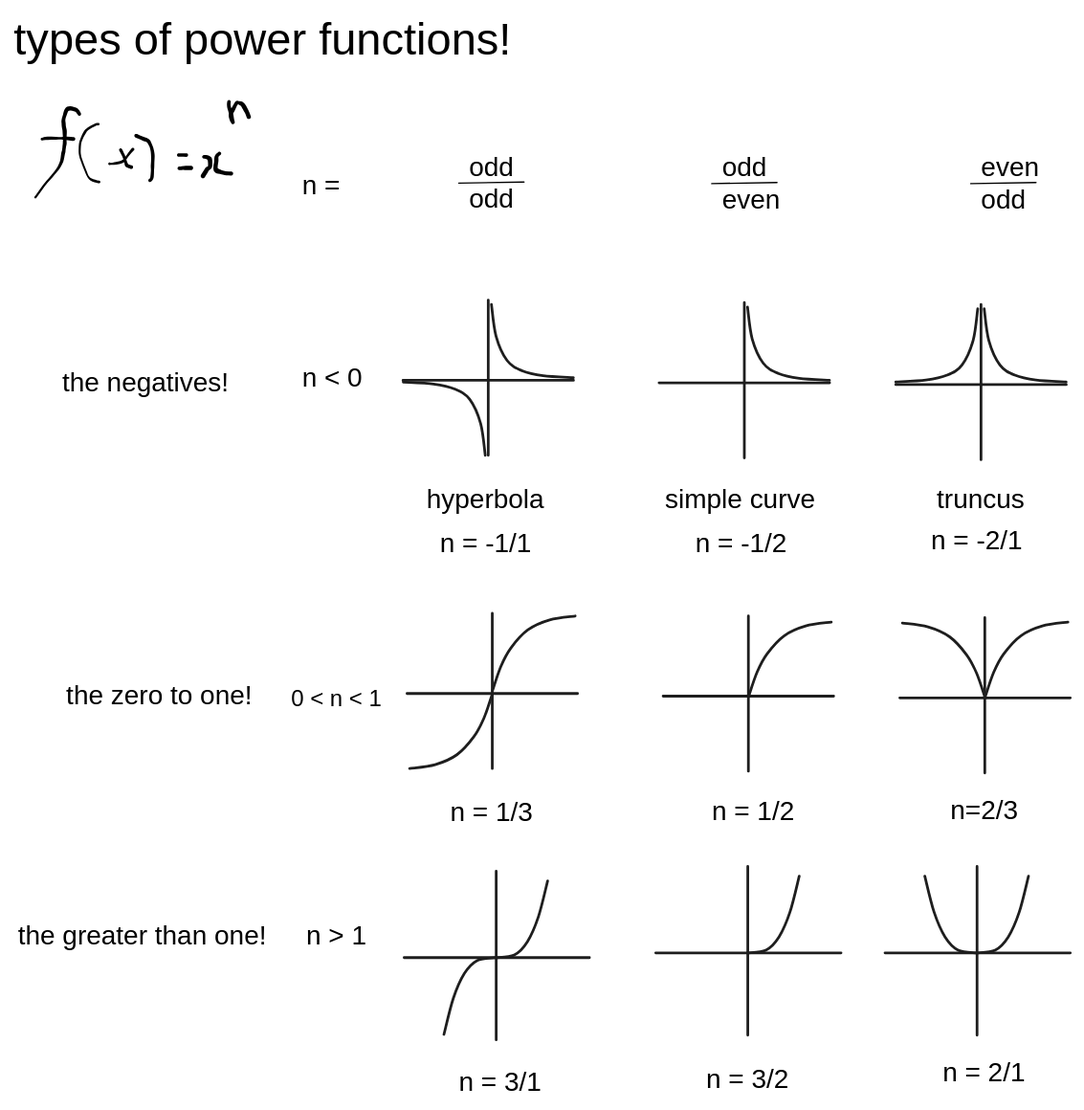
starlitriver/starlitriver.github.io keeps this Excalidraw diagram as content/assets/guide to graphing and sketching various stuff 2024-12-16 18.41.59.excalidraw.svg. Above is the earlier version. Source tidied: one line per element, renumbered; positions are measured from the earlier drawing's top-left corner, leaving out a move shared by most shapes.
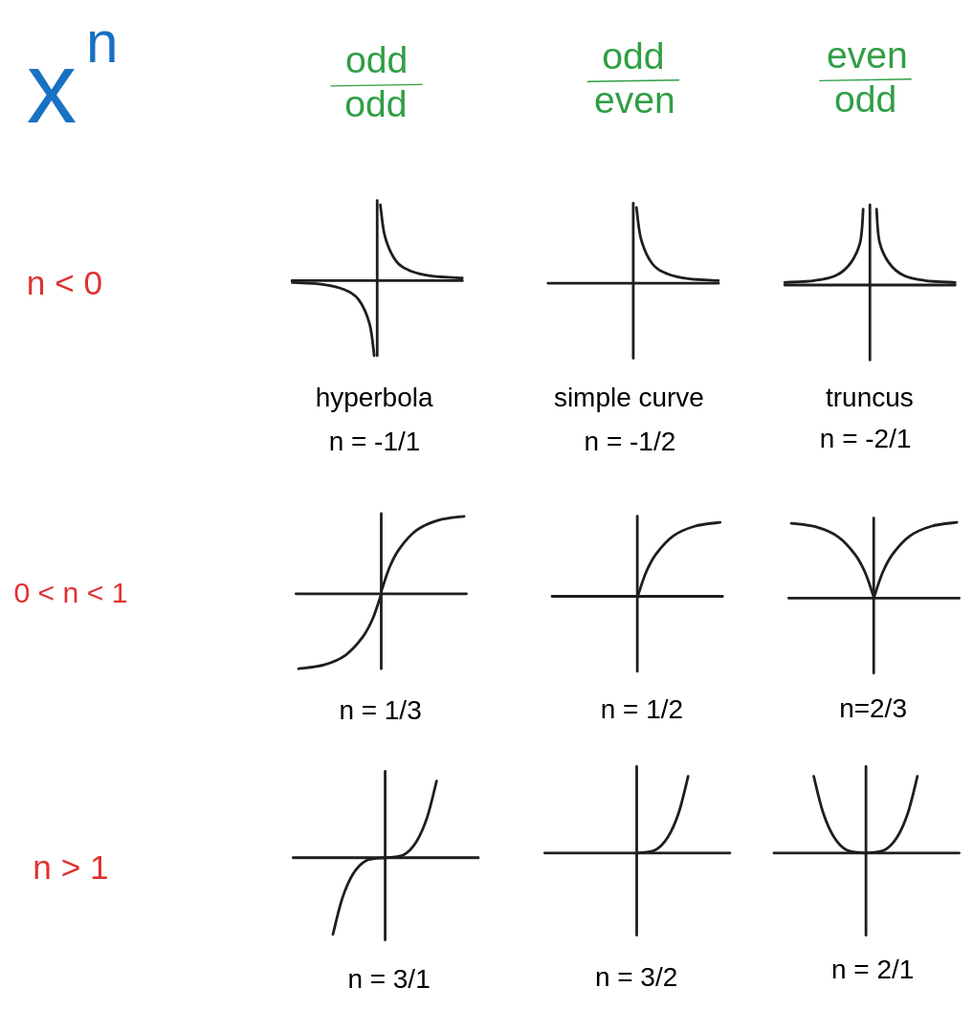
Above is the later version.

The edit, as a diff of the source:
```diff
@@ -2,44 +2,28 @@
 {"id": 1, "type": "line", "strokeColor": "#1e1e1e", "strokeWidth": 2, "roughness": 0, "round": true, "x": 291, "y": 275, "width": 61, "height": 55, "points": [[0, 0], [23, 1], [38, 5], [50, 13], [58, 31], [61, 55]]}
 {"id": 2, "type": "line", "strokeColor": "#1e1e1e", "strokeWidth": 2, "roughness": 0, "round": true, "x": 418, "y": 272, "width": 61, "height": 55, "points": [[0, 0], [-23, -1], [-38, -5], [-50, -13], [-58, -31], [-61, -55]]}
 {"id": 3, "type": "line", "strokeColor": "#1e1e1e", "strokeWidth": 2, "roughness": 0, "round": true, "x": 354, "y": 214, "width": 0, "height": 116, "points": [[0, 0], [0, 116]]}
-{"id": 4, "type": "text", "text": "types of power functions!", "strokeColor": "#000000", "strokeWidth": 1, "roughness": 0, "fontSize": 33.6, "fontFamily": 2, "x": 0, "y": 0, "width": 372, "height": 39}
-{"id": 5, "type": "freedraw", "strokeColor": "#000000", "strokeWidth": 0.5, "roughness": 0, "x": 21, "y": 94, "width": 23, "height": 1, "points": [[0, 0], [1, 0], [1, 0], [1, 0], [3, -1], [3, -1], [4, -1], [6, -1], [12, -1], [13, -1], [16, -1], [16, -1], [16, -1], [17, -1], [17, -1], [17, -1], [18, -1], [18, -1], [18, -1], [19, 0], [20, 0], [21, 0], [22, 0], [22, 0], [23, 0], [23, 0], [23, 0], [23, 0]]}
-{"id": 6, "type": "freedraw", "strokeColor": "#000000", "strokeWidth": 0.5, "roughness": 0, "x": 49, "y": 75, "width": 33, "height": 67, "points": [[0, 0], [0, -1], [-1, -2], [-2, -3], [-2, -3], [-3, -3], [-4, -4], [-5, -4], [-6, -4], [-7, -4], [-9, -4], [-9, -4], [-11, 2], [-12, 3], [-12, 4], [-12, 6], [-12, 7], [-12, 8], [-11, 10], [-11, 11], [-11, 12], [-11, 14], [-11, 19], [-11, 21], [-11, 21], [-11, 23], [-12, 27], [-12, 28], [-12, 29], [-13, 32], [-13, 38], [-17, 42], [-24, 50], [-33, 62], [-33, 63]]}
-{"id": 7, "type": "freedraw", "strokeColor": "#000000", "strokeWidth": 0.5, "roughness": 0, "x": 63, "y": 83, "width": 15, "height": 43, "points": [[0, 0], [-1, 0], [-2, 0], [-3, 0], [-7, 3], [-7, 3], [-10, 5], [-10, 5], [-10, 7], [-13, 10], [-14, 15], [-14, 16], [-14, 23], [-14, 24], [-13, 27], [-12, 30], [-9, 36], [-8, 39], [-7, 40], [-6, 42], [-6, 42], [-5, 42], [-5, 42], [-1, 43], [0, 43], [1, 43], [1, 43]]}
-{"id": 8, "type": "freedraw", "strokeColor": "#000000", "strokeWidth": 0.5, "roughness": 0, "x": 80, "y": 102, "width": 8, "height": 13, "points": [[0, 0], [0, 1], [1, 2], [1, 2], [2, 4], [3, 5], [4, 9], [4, 10], [4, 10], [4, 10], [4, 10], [4, 11], [4, 11], [4, 11], [5, 12], [5, 12], [5, 12], [6, 12], [6, 12], [6, 12], [7, 12], [7, 13], [7, 13], [7, 13], [8, 13], [8, 13]]}
-{"id": 9, "type": "freedraw", "strokeColor": "#000000", "strokeWidth": 0.5, "roughness": 0, "x": 89, "y": 101, "width": 17, "height": 11, "points": [[0, 0], [0, 0], [-1, 1], [-2, 3], [-4, 4], [-6, 7], [-6, 8], [-7, 9], [-7, 9], [-7, 9], [-7, 9], [-7, 9], [-8, 9], [-12, 11], [-13, 11], [-15, 11], [-16, 11], [-16, 11], [-17, 11], [-17, 11], [-17, 11], [-17, 11], [-17, 11], [-17, 11]]}
-{"id": 10, "type": "freedraw", "strokeColor": "#000000", "strokeWidth": 0.5, "roughness": 0, "x": 102, "y": 125, "width": 13, "height": 33, "points": [[0, 0], [0, 0], [1, 0], [1, 0], [1, 0], [2, -1], [2, -2], [2, -4], [2, -4], [2, -9], [2, -9], [2, -9], [2, -10], [2, -10], [2, -12], [2, -12], [2, -15], [2, -16], [2, -17], [2, -18], [2, -19], [2, -20], [2, -20], [2, -23], [1, -24], [1, -26], [0, -27], [0, -28], [0, -28], [-1, -29], [-1, -29], [-1, -29], [-1, -30], [-1, -30], [-2, -30], [-2, -30], [-3, -30], [-3, -30], [-4, -31], [-4, -31], [-9, -32], [-9, -33], [-10, -33], [-10, -33], [-10, -33], [-10, -33]]}
-{"id": 11, "type": "freedraw", "strokeColor": "#000000", "strokeWidth": 0.5, "roughness": 0, "x": 123, "y": 106, "width": 6, "height": 0, "points": [[0, 0], [0, 0], [1, 0], [2, 0], [3, 0], [3, 0], [3, 0], [4, 0], [4, 0], [4, 0], [5, 0], [5, 0], [5, 0], [6, 0], [6, 0]]}
-{"id": 12, "type": "freedraw", "strokeColor": "#000000", "strokeWidth": 0.5, "roughness": 0, "x": 124, "y": 116, "width": 9, "height": 0, "points": [[0, 0], [1, 0], [1, 0], [1, 0], [2, 0], [2, 0], [3, 0], [3, 0], [3, 0], [4, 0], [5, 0], [5, 0], [5, 0], [6, 0], [6, 0], [6, 0], [7, 0], [7, 0], [7, 0], [8, 0], [8, 0], [9, 0], [9, 0], [9, 0]]}
-{"id": 13, "type": "freedraw", "strokeColor": "#000000", "strokeWidth": 0.5, "roughness": 0, "x": 142, "y": 107, "width": 6, "height": 15, "points": [[0, 0], [0, 0], [1, 0], [1, 0], [1, 0], [1, 0], [2, 0], [2, 0], [3, 0], [3, 1], [3, 1], [4, 1], [4, 1], [4, 1], [4, 1], [4, 2], [5, 2], [5, 2], [5, 4], [5, 5], [5, 6], [5, 7], [4, 8], [4, 8], [4, 8], [4, 8], [3, 8], [3, 9], [3, 9], [2, 9], [2, 9], [2, 10], [2, 10], [2, 10], [1, 12], [-1, 15], [-1, 15], [-1, 15]]}
-{"id": 14, "type": "freedraw", "strokeColor": "#000000", "strokeWidth": 0.5, "roughness": 0, "x": 154, "y": 105, "width": 12, "height": 15, "points": [[0, 0], [-1, 0], [-1, 1], [-2, 2], [-2, 2], [-2, 3], [-2, 3], [-2, 4], [-2, 5], [-3, 8], [-3, 9], [-3, 11], [-3, 12], [-3, 12], [-2, 13], [-2, 13], [0, 13], [4, 15], [5, 15], [6, 15], [7, 15], [8, 15], [8, 15], [9, 15]]}
-{"id": 15, "type": "freedraw", "strokeColor": "#000000", "strokeWidth": 0.5, "roughness": 0, "x": 161, "y": 66, "width": 15, "height": 16, "points": [[0, 0], [0, 1], [0, 3], [1, 7], [1, 9], [2, 10], [3, 15], [2, 15], [2, 13], [1, 11], [1, 11], [1, 10], [1, 9], [3, 5], [6, 1], [6, 1], [7, 1], [8, 1], [9, 1], [10, 2], [11, 3], [12, 4], [13, 7], [14, 9], [15, 11], [15, 11]]}
-{"id": 16, "type": "text", "text": "n < 0", "strokeColor": "#000000", "strokeWidth": 0.5, "roughness": 0, "fontSize": 20, "fontFamily": 2, "x": 215, "y": 260, "width": 45, "height": 23}
+{"id": 16, "type": "text", "text": "n < 0", "strokeColor": "#e03131", "strokeWidth": 0.5, "roughness": 0, "fontSize": 25.18, "fontFamily": 2, "x": 93, "y": 263, "width": 57, "height": 29}
-{"id": 17, "type": "text", "text": "odd", "strokeColor": "#000000", "strokeWidth": 0.5, "roughness": 0, "fontSize": 20, "fontFamily": 2, "x": 340, "y": 103, "width": 33, "height": 23}
+{"id": 17, "type": "text", "text": "odd", "strokeColor": "#2f9e44", "strokeWidth": 0.5, "roughness": 0, "fontSize": 27.95, "fontFamily": 2, "x": 331, "y": 95, "width": 47, "height": 32}
-{"id": 18, "type": "line", "strokeColor": "#000000", "strokeWidth": 1, "roughness": 0, "x": 332, "y": 127, "width": 49, "height": 1, "points": [[0, 0], [49, -1]]}
+{"id": 18, "type": "line", "strokeColor": "#2f9e44", "strokeWidth": 1, "roughness": 0, "x": 320, "y": 128, "width": 68, "height": 1, "points": [[0, 0], [68, -1]]}
-{"id": 19, "type": "text", "text": "odd", "strokeColor": "#000000", "strokeWidth": 0.5, "roughness": 0, "fontSize": 20, "fontFamily": 2, "x": 340, "y": 127, "width": 33, "height": 23}
+{"id": 19, "type": "text", "text": "odd", "strokeColor": "#2f9e44", "strokeWidth": 0.5, "roughness": 0, "fontSize": 27.95, "fontFamily": 2, "x": 330, "y": 128, "width": 47, "height": 32}
-{"id": 20, "type": "text", "text": "odd", "strokeColor": "#000000", "strokeWidth": 0.5, "roughness": 0, "fontSize": 20, "fontFamily": 2, "x": 529, "y": 103, "width": 33, "height": 23}
+{"id": 20, "type": "text", "text": "odd", "strokeColor": "#2f9e44", "strokeWidth": 0.5, "roughness": 0, "fontSize": 27.95, "fontFamily": 2, "x": 522, "y": 92, "width": 47, "height": 32}
-{"id": 21, "type": "line", "strokeColor": "#000000", "strokeWidth": 1, "roughness": 0, "x": 521, "y": 127, "width": 49, "height": 1, "points": [[0, 0], [49, -1]]}
+{"id": 21, "type": "line", "strokeColor": "#2f9e44", "strokeWidth": 1, "roughness": 0, "x": 512, "y": 125, "width": 68, "height": 1, "points": [[0, 0], [68, -1]]}
-{"id": 22, "type": "text", "text": "even", "strokeColor": "#000000", "strokeWidth": 0.5, "roughness": 0, "fontSize": 20, "fontFamily": 2, "x": 529, "y": 127, "width": 43, "height": 23}
+{"id": 22, "type": "text", "text": "even", "strokeColor": "#2f9e44", "strokeWidth": 0.5, "roughness": 0, "fontSize": 27.95, "fontFamily": 2, "x": 516, "y": 125, "width": 61, "height": 32}
-{"id": 23, "type": "text", "text": "even", "strokeColor": "#000000", "strokeWidth": 0.5, "roughness": 0, "fontSize": 20, "fontFamily": 2, "x": 722, "y": 103, "width": 43, "height": 23}
+{"id": 23, "type": "text", "text": "even", "strokeColor": "#2f9e44", "strokeWidth": 0.5, "roughness": 0, "fontSize": 27.95, "fontFamily": 2, "x": 690, "y": 91, "width": 61, "height": 32}
-{"id": 24, "type": "line", "strokeColor": "#000000", "strokeWidth": 1, "roughness": 0, "x": 715, "y": 127, "width": 49, "height": 1, "points": [[0, 0], [49, -1]]}
+{"id": 24, "type": "line", "strokeColor": "#2f9e44", "strokeWidth": 1, "roughness": 0, "x": 685, "y": 125, "width": 68, "height": 1, "points": [[0, 0], [68, -1]]}
-{"id": 25, "type": "text", "text": "odd", "strokeColor": "#000000", "strokeWidth": 0.5, "roughness": 0, "fontSize": 20, "fontFamily": 2, "x": 722, "y": 127, "width": 33, "height": 23}
+{"id": 25, "type": "text", "text": "odd", "strokeColor": "#2f9e44", "strokeWidth": 0.5, "roughness": 0, "fontSize": 27.95, "fontFamily": 2, "x": 696, "y": 125, "width": 47, "height": 32}
-{"id": 26, "type": "text", "text": "the negatives!", "strokeColor": "#000000", "strokeWidth": 1, "roughness": 0, "fontSize": 20, "fontFamily": 2, "x": 36, "y": 264, "width": 125, "height": 23}
-{"id": 27, "type": "text", "text": "hyperbola", "strokeColor": "#000000", "strokeWidth": 1, "roughness": 0, "fontSize": 20, "fontFamily": 2, "x": 308, "y": 351, "width": 88, "height": 23}
+{"id": 27, "type": "text", "text": "hyperbola", "strokeColor": "#000000", "strokeWidth": 1, "roughness": 0, "fontSize": 20, "fontFamily": 2, "x": 308, "y": 351, "width": 89, "height": 23}
 {"id": 28, "type": "line", "strokeColor": "#1e1e1e", "strokeWidth": 2, "roughness": 0, "round": true, "x": 482, "y": 276, "width": 127, "height": 0, "points": [[0, 0], [127, 0]]}
 {"id": 29, "type": "line", "strokeColor": "#1e1e1e", "strokeWidth": 2, "roughness": 0, "round": true, "x": 609, "y": 274, "width": 61, "height": 55, "points": [[0, 0], [-23, -1], [-38, -5], [-50, -13], [-58, -31], [-61, -55]]}
 {"id": 30, "type": "line", "strokeColor": "#1e1e1e", "strokeWidth": 2, "roughness": 0, "round": true, "x": 546, "y": 216, "width": 0, "height": 116, "points": [[0, 0], [0, 116]]}
 {"id": 31, "type": "line", "strokeColor": "#1e1e1e", "strokeWidth": 2, "roughness": 0, "round": true, "x": 659, "y": 277, "width": 127, "height": 0, "points": [[0, 0], [127, 0]]}
-{"id": 32, "type": "line", "strokeColor": "#1e1e1e", "strokeWidth": 2, "roughness": 0, "round": true, "x": 659, "y": 275, "width": 61, "height": 55, "points": [[0, 0], [23, -1], [38, -5], [50, -13], [58, -31], [61, -55]]}
-{"id": 33, "type": "line", "strokeColor": "#1e1e1e", "strokeWidth": 2, "roughness": 0, "round": true, "x": 786, "y": 275, "width": 61, "height": 55, "points": [[0, 0], [-23, -1], [-38, -5], [-50, -13], [-58, -31], [-61, -55]]}
+{"id": 33, "type": "line", "strokeColor": "#1e1e1e", "strokeWidth": 2, "roughness": 0, "round": true, "x": 786, "y": 275, "width": 59, "height": 55, "points": [[0, 0], [-23, -1], [-38, -5], [-49, -15], [-57, -31], [-59, -55]]}
 {"id": 34, "type": "line", "strokeColor": "#1e1e1e", "strokeWidth": 2, "roughness": 0, "round": true, "x": 722, "y": 217, "width": 0, "height": 116, "points": [[0, 0], [0, 116]]}
 {"id": 35, "type": "text", "text": "truncus", "strokeColor": "#000000", "strokeWidth": 1, "roughness": 0, "fontSize": 20, "fontFamily": 2, "x": 689, "y": 351, "width": 66, "height": 23}
 {"id": 36, "type": "text", "text": "simple curve", "strokeColor": "#000000", "strokeWidth": 1, "roughness": 0, "fontSize": 20, "fontFamily": 2, "x": 486, "y": 351, "width": 112, "height": 23}
-{"id": 37, "type": "text", "text": "n =", "strokeColor": "#000000", "strokeWidth": 0.5, "roughness": 0, "fontSize": 20, "fontFamily": 2, "x": 215, "y": 117, "width": 28, "height": 23}
 {"id": 38, "type": "line", "strokeColor": "#1e1e1e", "strokeWidth": 2, "roughness": 0, "round": true, "x": 294, "y": 508, "width": 127, "height": 0, "points": [[0, 0], [127, 0]]}
 {"id": 39, "type": "line", "strokeColor": "#1e1e1e", "strokeWidth": 2, "roughness": 0, "round": true, "x": 357, "y": 448, "width": 0, "height": 116, "points": [[0, 0], [0, 116]]}
-{"id": 40, "type": "text", "text": "0 < n < 1", "strokeColor": "#000000", "strokeWidth": 0.5, "roughness": 0, "fontSize": 17.14, "fontFamily": 2, "x": 207, "y": 501, "width": 68, "height": 20}
+{"id": 40, "type": "text", "text": "0 < n < 1", "strokeColor": "#e03131", "strokeWidth": 0.5, "roughness": 0, "fontSize": 21.58, "fontFamily": 2, "x": 83, "y": 496, "width": 85, "height": 25}
-{"id": 41, "type": "text", "text": "the zero to one!", "strokeColor": "#000000", "strokeWidth": 1, "roughness": 0, "fontSize": 20, "fontFamily": 2, "x": 39, "y": 498, "width": 139, "height": 23}
 {"id": 42, "type": "line", "strokeColor": "#1e1e1e", "strokeWidth": 2, "roughness": 0, "round": true, "x": 485, "y": 510, "width": 127, "height": 0, "points": [[0, 0], [127, 0]]}
 {"id": 43, "type": "line", "strokeColor": "#1e1e1e", "strokeWidth": 2, "roughness": 0, "round": true, "x": 549, "y": 450, "width": 0, "height": 116, "points": [[0, 0], [0, 116]]}
 {"id": 44, "type": "line", "strokeColor": "#1e1e1e", "strokeWidth": 2, "roughness": 0, "round": true, "x": 662, "y": 511, "width": 127, "height": 0, "points": [[0, 0], [127, 0]]}
@@ -51,8 +35,7 @@
 {"id": 50, "type": "line", "strokeColor": "#1e1e1e", "strokeWidth": 2, "roughness": 0, "round": true, "x": 611, "y": 455, "width": 62, "height": 56, "points": [[0, 0], [-19, 3], [-35, 10], [-48, 24], [-55, 37], [-62, 56]]}
 {"id": 51, "type": "line", "strokeColor": "#1e1e1e", "strokeWidth": 2, "roughness": 0, "round": true, "x": 787, "y": 455, "width": 62, "height": 56, "points": [[0, 0], [-19, 3], [-35, 10], [-48, 24], [-55, 37], [-62, 56]]}
 {"id": 52, "type": "line", "strokeColor": "#1e1e1e", "strokeWidth": 2, "roughness": 0, "round": true, "x": 664, "y": 455, "width": 62, "height": 56, "points": [[0, 0], [19, 3], [35, 10], [48, 24], [55, 37], [62, 56]]}
-{"id": 53, "type": "text", "text": "the greater than one!", "strokeColor": "#000000", "strokeWidth": 1, "roughness": 0, "fontSize": 20, "fontFamily": 2, "x": 3, "y": 677, "width": 186, "height": 23}
-{"id": 54, "type": "text", "text": "n > 1", "strokeColor": "#000000", "strokeWidth": 0.5, "roughness": 0, "fontSize": 20, "fontFamily": 2, "x": 218, "y": 677, "width": 45, "height": 23}
+{"id": 54, "type": "text", "text": "n > 1", "strokeColor": "#e03131", "strokeWidth": 0.5, "roughness": 0, "fontSize": 25.18, "fontFamily": 2, "x": 97, "y": 700, "width": 57, "height": 29}
 {"id": 55, "type": "line", "strokeColor": "#1e1e1e", "strokeWidth": 2, "roughness": 0, "round": true, "x": 360, "y": 641, "width": 0, "height": 126, "points": [[0, 0], [0, 126]]}
 {"id": 56, "type": "line", "strokeColor": "#1e1e1e", "strokeWidth": 2, "roughness": 0, "round": true, "x": 292, "y": 705, "width": 138, "height": 0, "points": [[0, 0], [138, 0]]}
 {"id": 57, "type": "line", "strokeColor": "#1e1e1e", "strokeWidth": 2, "roughness": 0, "round": true, "x": 321, "y": 762, "width": 39, "height": 57, "points": [[0, 0], [7, -27], [15, -45], [25, -55], [39, -57]]}
@@ -68,6 +51,9 @@
 {"id": 67, "type": "text", "text": "n = 2/1", "strokeColor": "#000000", "strokeWidth": 1, "roughness": 0, "fontSize": 20, "fontFamily": 2, "x": 694, "y": 779, "width": 62, "height": 23}
 {"id": 68, "type": "text", "text": "n = 3/2", "strokeColor": "#000000", "strokeWidth": 1, "roughness": 0, "fontSize": 20, "fontFamily": 2, "x": 517, "y": 784, "width": 62, "height": 23}
 {"id": 69, "type": "text", "text": "n = -1/1", "strokeColor": "#000000", "strokeWidth": 1, "roughness": 0, "fontSize": 20, "fontFamily": 2, "x": 318, "y": 384, "width": 68, "height": 23}
-{"id": 70, "type": "text", "text": "n = -1/2", "strokeColor": "#000000", "strokeWidth": 1, "roughness": 0, "fontSize": 20, "fontFamily": 2, "x": 509, "y": 384, "width": 68, "height": 23}
+{"id": 70, "type": "text", "text": "n = -1/2", "strokeColor": "#000000", "strokeWidth": 1, "roughness": 0, "fontSize": 20, "fontFamily": 2, "x": 509, "y": 384, "width": 69, "height": 23}
 {"id": 71, "type": "text", "text": "n = -2/1", "strokeColor": "#000000", "strokeWidth": 1, "roughness": 0, "fontSize": 20, "fontFamily": 2, "x": 685, "y": 382, "width": 68, "height": 23}
 {"id": 72, "type": "text", "text": "n = 1/3", "strokeColor": "#000000", "strokeWidth": 1, "roughness": 0, "fontSize": 20, "fontFamily": 2, "x": 326, "y": 585, "width": 62, "height": 23}
+{"id": 73, "type": "text", "text": "n", "strokeColor": "#1971c2", "strokeWidth": 1, "roughness": 0, "fontSize": 43.07, "fontFamily": 2, "x": 137, "y": 74, "width": 24, "height": 50}
+{"id": 74, "type": "text", "text": "x", "strokeColor": "#1971c2", "strokeWidth": 1, "roughness": 0, "fontSize": 74.96, "fontFamily": 2, "x": 93, "y": 92, "width": 37, "height": 86}
+{"id": 75, "type": "line", "strokeColor": "#1e1e1e", "strokeWidth": 2, "roughness": 0, "round": true, "x": 659, "y": 275, "width": 59, "height": 55, "points": [[0, 0], [23, -1], [38, -5], [49, -15], [57, -31], [59, -55]]}
```
